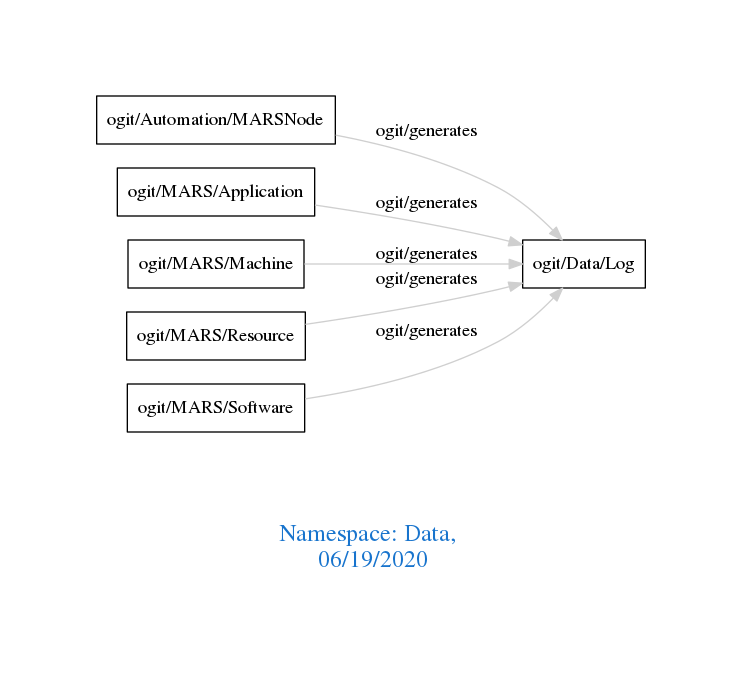
Above: downloads/Data.png in arago/OGIT (Graphviz), before the change. Its source is kept beside it as downloads/Data.dot.
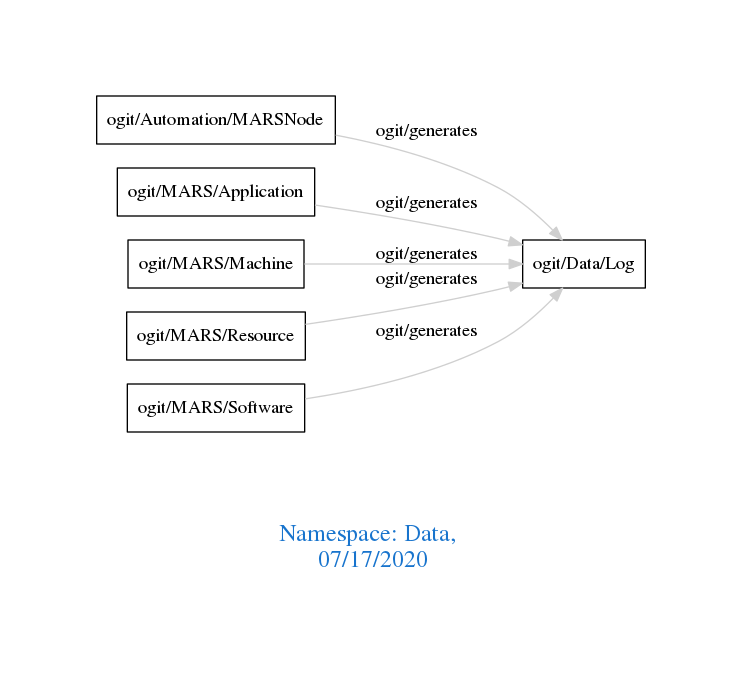
The same diagram one commit later.

Change to the diagram source:
```diff
@@ -1,7 +1,7 @@
 digraph OGIT_ontology {
  graph [ rankdir= LR,pad=1
 fontsize = 18,
-fontcolor= dodgerblue3,label = "\n\n\nNamespace: Data, \n 06/19/2020"];
+fontcolor= dodgerblue3,label = "\n\n\nNamespace: Data, \n 07/17/2020"];
 node[shape=polygon];
 edge [  color="gray81"];
 
```
